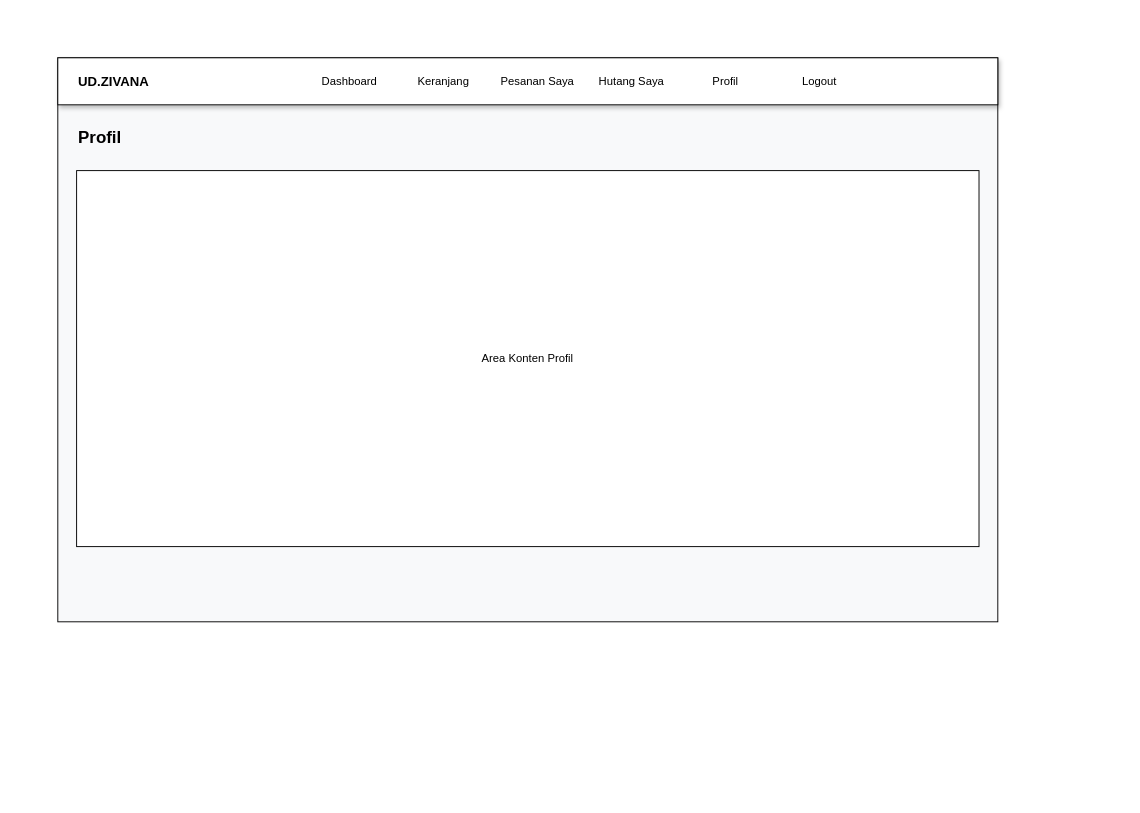
This is diagram/desain/customer/profil.drawio from RajaSunrise/ud_zivana, a draw.io file, before an edit. Source tidied: cells renumbered, new cells numbered last; positions are measured from the earlier drawing's top-left corner, leaving out a move shared by most shapes. Both pictures are drawn from the tidied source at 94%, with x=0, y=0 at pixel (57, 57).
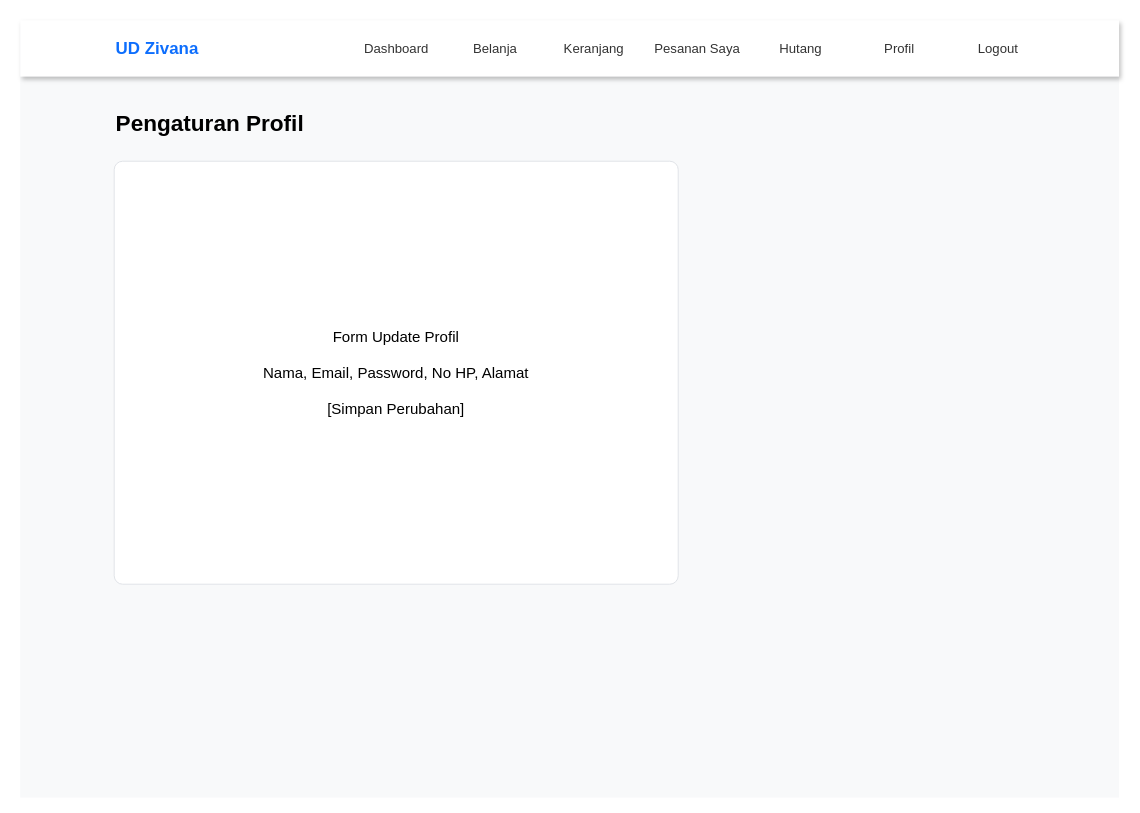
Above is the later version.

The edit, as a diff of the source:
```diff
@@
 <mxGraphModel>
   <root>
     <mxCell id="0" />
     <mxCell id="1" parent="0" />
-    <mxCell id="2" style="rounded=0;whiteSpace=wrap;html=1;fillColor=#f8f9fa;" parent="1" vertex="1">
-      <mxGeometry width="1000" height="600" as="geometry" />
+    <mxCell id="2" style="rounded=0;whiteSpace=wrap;html=1;fillColor=#f8f9fa;strokeColor=none;" parent="1" vertex="1">
+      <mxGeometry x="-40" y="-40" width="1169" height="827" as="geometry" />
     </mxCell>
-    <mxCell id="3" style="rounded=0;whiteSpace=wrap;html=1;fillColor=#ffffff;shadow=1;" parent="1" vertex="1">
-      <mxGeometry width="1000" height="50" as="geometry" />
-    </mxCell>
+    <mxCell id="13" style="rounded=0;whiteSpace=wrap;html=1;fillColor=#ffffff;shadow=1;strokeColor=none;" parent="1" vertex="1">
+      <mxGeometry x="-40" y="-40" width="1169" height="60" as="geometry" />
+    </mxCell>
-    <mxCell id="4" value="UD.ZIVANA" style="text;html=1;strokeColor=none;fillColor=none;align=left;verticalAlign=middle;fontStyle=1;fontSize=14;" parent="1" vertex="1">
-      <mxGeometry x="20" width="200" height="50" as="geometry" />
+    <mxCell id="4" value="UD Zivana" style="text;html=1;strokeColor=none;fillColor=none;align=left;verticalAlign=middle;fontStyle=1;fontSize=18;fontColor=#0d6efd;" parent="1" vertex="1">
+      <mxGeometry x="60" y="-30" width="200" height="40" as="geometry" />
     </mxCell>
-    <mxCell id="5" value="Dashboard" style="text;html=1;strokeColor=none;fillColor=none;align=center;verticalAlign=middle;" parent="1" vertex="1">
-      <mxGeometry x="260" width="100" height="50" as="geometry" />
+    <mxCell id="5" value="Dashboard" style="text;html=1;strokeColor=none;fillColor=none;align=center;verticalAlign=middle;fontSize=14;fontColor=#333333;" parent="1" vertex="1">
+      <mxGeometry x="310" y="-30" width="100" height="40" as="geometry" />
     </mxCell>
-    <mxCell id="6" value="Keranjang" style="text;html=1;strokeColor=none;fillColor=none;align=center;verticalAlign=middle;" parent="1" vertex="1">
-      <mxGeometry x="360" width="100" height="50" as="geometry" />
+    <mxCell id="6" value="Belanja" style="text;html=1;strokeColor=none;fillColor=none;align=center;verticalAlign=middle;fontSize=14;fontColor=#333333;" parent="1" vertex="1">
+      <mxGeometry x="415" y="-30" width="100" height="40" as="geometry" />
     </mxCell>
-    <mxCell id="7" value="Pesanan Saya" style="text;html=1;strokeColor=none;fillColor=none;align=center;verticalAlign=middle;" parent="1" vertex="1">
-      <mxGeometry x="460" width="100" height="50" as="geometry" />
+    <mxCell id="7" value="Keranjang" style="text;html=1;strokeColor=none;fillColor=none;align=center;verticalAlign=middle;fontSize=14;fontColor=#333333;" parent="1" vertex="1">
+      <mxGeometry x="520" y="-30" width="100" height="40" as="geometry" />
     </mxCell>
-    <mxCell id="8" value="Hutang Saya" style="text;html=1;strokeColor=none;fillColor=none;align=center;verticalAlign=middle;" parent="1" vertex="1">
-      <mxGeometry x="560" width="100" height="50" as="geometry" />
+    <mxCell id="8" value="Pesanan Saya" style="text;html=1;strokeColor=none;fillColor=none;align=center;verticalAlign=middle;fontSize=14;fontColor=#333333;" parent="1" vertex="1">
+      <mxGeometry x="625" y="-30" width="110" height="40" as="geometry" />
     </mxCell>
-    <mxCell id="9" value="Profil" style="text;html=1;strokeColor=none;fillColor=none;align=center;verticalAlign=middle;" parent="1" vertex="1">
-      <mxGeometry x="660" width="100" height="50" as="geometry" />
+    <mxCell id="9" value="Hutang" style="text;html=1;strokeColor=none;fillColor=none;align=center;verticalAlign=middle;fontSize=14;fontColor=#333333;" parent="1" vertex="1">
+      <mxGeometry x="740" y="-30" width="100" height="40" as="geometry" />
     </mxCell>
-    <mxCell id="10" value="Logout" style="text;html=1;strokeColor=none;fillColor=none;align=center;verticalAlign=middle;" parent="1" vertex="1">
-      <mxGeometry x="760" width="100" height="50" as="geometry" />
+    <mxCell id="10" value="Profil" style="text;html=1;strokeColor=none;fillColor=none;align=center;verticalAlign=middle;fontSize=14;fontColor=#333333;" parent="1" vertex="1">
+      <mxGeometry x="845" y="-30" width="100" height="40" as="geometry" />
     </mxCell>
+    <mxCell id="14" value="Logout" style="text;html=1;strokeColor=none;fillColor=none;align=center;verticalAlign=middle;fontSize=14;fontColor=#333333;" parent="1" vertex="1">
+      <mxGeometry x="950" y="-30" width="100" height="40" as="geometry" />
+    </mxCell>
-    <mxCell id="11" value="Profil" style="text;html=1;strokeColor=none;fillColor=none;align=left;verticalAlign=middle;fontSize=18;fontStyle=1;" parent="1" vertex="1">
-      <mxGeometry x="20" y="70" width="300" height="30" as="geometry" />
+    <mxCell id="11" value="Pengaturan Profil" style="text;html=1;strokeColor=none;fillColor=none;align=left;verticalAlign=middle;fontSize=24;fontStyle=1;" parent="1" vertex="1">
+      <mxGeometry x="60" y="50" width="300" height="40" as="geometry" />
     </mxCell>
-    <mxCell id="12" value="Area Konten Profil" style="rounded=0;whiteSpace=wrap;html=1;align=center;verticalAlign=middle;" parent="1" vertex="1">
-      <mxGeometry x="20" y="120" width="960" height="400" as="geometry" />
-    </mxCell>
+    <mxCell id="15" value="Form Update Profil&#10;&#10;Nama, Email, Password, No HP, Alamat&#10;&#10;[Simpan Perubahan]" style="rounded=1;arcSize=2;whiteSpace=wrap;html=1;fillColor=#ffffff;strokeColor=#dee2e6;align=center;verticalAlign=middle;fontSize=16;" parent="1" vertex="1">
+      <mxGeometry x="60" y="110" width="600" height="450" as="geometry" />
+    </mxCell>
   </root>
 </mxGraphModel>
```
